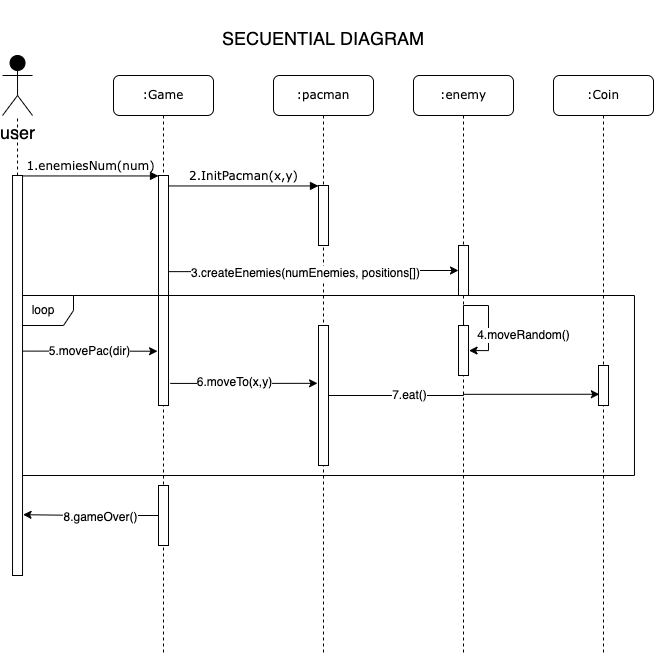
CodersSquad-Classes/final-challenge-pacteam keeps this draw.io diagram as diagrams/secuentialDia.png. Above is the earlier version. Source tidied: cells renumbered, new cells last; positions are measured from the earlier drawing's top-left corner, leaving out a move shared by most shapes.
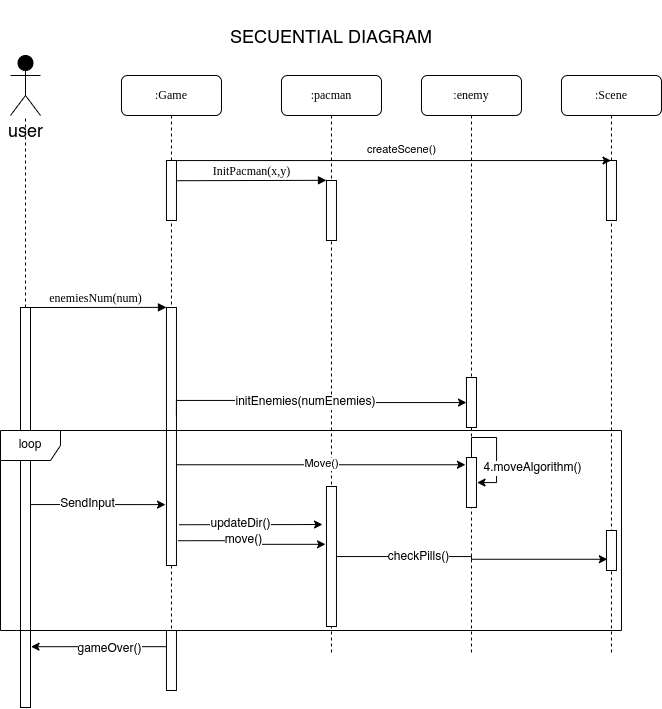
Above is the later version.

Commit message:
chore: update diagrams and data structures

The edit, as a diff of the source:
```diff
@@ -6,90 +6,128 @@
       <mxGeometry x="111" y="75" width="100" height="580" as="geometry" />
     </mxCell>
     <mxCell id="3" style="html=1;points=[];perimeter=orthogonalPerimeter;rounded=0;shadow=0;comic=0;labelBackgroundColor=none;strokeWidth=1;fontFamily=Verdana;fontSize=12;align=center;" parent="2" vertex="1">
-      <mxGeometry x="45" y="100" width="10" height="230" as="geometry" />
+      <mxGeometry x="45" y="232" width="10" height="258" as="geometry" />
     </mxCell>
     <mxCell id="4" style="html=1;points=[];perimeter=orthogonalPerimeter;rounded=0;shadow=0;comic=0;labelBackgroundColor=none;strokeWidth=1;fontFamily=Verdana;fontSize=12;align=center;" parent="2" vertex="1">
-      <mxGeometry x="45" y="410" width="10" height="60" as="geometry" />
+      <mxGeometry x="45" y="85" width="10" height="60" as="geometry" />
     </mxCell>
     <mxCell id="5" value=":pacman" style="shape=umlLifeline;perimeter=lifelinePerimeter;whiteSpace=wrap;html=1;rounded=1;shadow=0;comic=0;labelBackgroundColor=none;strokeWidth=1;fontFamily=Verdana;fontSize=12;align=center;" parent="1" vertex="1">
       <mxGeometry x="271" y="75" width="100" height="580" as="geometry" />
     </mxCell>
     <mxCell id="6" style="html=1;points=[];perimeter=orthogonalPerimeter;rounded=0;shadow=0;comic=0;labelBackgroundColor=none;strokeWidth=1;fontFamily=Verdana;fontSize=12;align=center;" parent="5" vertex="1">
-      <mxGeometry x="45" y="110" width="10" height="60" as="geometry" />
+      <mxGeometry x="45" y="105" width="10" height="60" as="geometry" />
     </mxCell>
     <mxCell id="7" style="html=1;points=[];perimeter=orthogonalPerimeter;rounded=0;shadow=0;comic=0;labelBackgroundColor=none;strokeWidth=1;fontFamily=Verdana;fontSize=12;align=center;" parent="5" vertex="1">
-      <mxGeometry x="45" y="250" width="10" height="140" as="geometry" />
+      <mxGeometry x="45" y="411" width="10" height="140" as="geometry" />
     </mxCell>
     <mxCell id="8" value=":enemy" style="shape=umlLifeline;perimeter=lifelinePerimeter;whiteSpace=wrap;html=1;rounded=1;shadow=0;comic=0;labelBackgroundColor=none;strokeWidth=1;fontFamily=Verdana;fontSize=12;align=center;" parent="1" vertex="1">
       <mxGeometry x="411" y="75" width="100" height="580" as="geometry" />
     </mxCell>
     <mxCell id="9" style="html=1;points=[];perimeter=orthogonalPerimeter;rounded=0;shadow=0;comic=0;labelBackgroundColor=none;strokeWidth=1;fontFamily=Verdana;fontSize=12;align=center;" parent="8" vertex="1">
-      <mxGeometry x="45" y="170" width="10" height="50" as="geometry" />
+      <mxGeometry x="45" y="302" width="10" height="50" as="geometry" />
     </mxCell>
     <mxCell id="10" style="html=1;points=[];perimeter=orthogonalPerimeter;rounded=0;shadow=0;comic=0;labelBackgroundColor=none;strokeWidth=1;fontFamily=Verdana;fontSize=12;align=center;" parent="8" vertex="1">
-      <mxGeometry x="45" y="250" width="10" height="50" as="geometry" />
+      <mxGeometry x="45" y="382" width="10" height="50" as="geometry" />
     </mxCell>
     <mxCell id="11" style="edgeStyle=orthogonalEdgeStyle;rounded=0;orthogonalLoop=1;jettySize=auto;html=1;entryX=1.055;entryY=0.502;entryDx=0;entryDy=0;entryPerimeter=0;fontSize=12;" parent="8" edge="1" source="10" target="10">
       <mxGeometry relative="1" as="geometry" />
     </mxCell>
-    <mxCell id="12" value="4.moveRandom()" style="edgeLabel;html=1;align=center;verticalAlign=middle;fontSize=12;" parent="11" vertex="1">
+    <mxCell id="12" value="4.moveAlgorithm()" style="edgeLabel;html=1;align=center;verticalAlign=middle;fontSize=12;" parent="11" vertex="1">
       <mxGeometry x="0.37" y="-1" relative="1" as="geometry">
         <mxPoint x="36" as="offset" />
       </mxGeometry>
     </mxCell>
-    <mxCell id="13" value=":Coin" style="shape=umlLifeline;perimeter=lifelinePerimeter;whiteSpace=wrap;html=1;outlineConnect=0;rounded=1;shadow=0;comic=0;labelBackgroundColor=none;strokeWidth=1;fontFamily=Verdana;fontSize=12;align=center;" parent="1" vertex="1">
+    <mxCell id="13" value=":Scene&lt;br&gt;" style="shape=umlLifeline;perimeter=lifelinePerimeter;whiteSpace=wrap;html=1;outlineConnect=0;rounded=1;shadow=0;comic=0;labelBackgroundColor=none;strokeWidth=1;fontFamily=Verdana;fontSize=12;align=center;" parent="1" vertex="1">
       <mxGeometry x="551" y="75" width="100" height="580" as="geometry" />
     </mxCell>
     <mxCell id="14" style="html=1;points=[];perimeter=orthogonalPerimeter;rounded=0;shadow=0;comic=0;labelBackgroundColor=none;strokeWidth=1;fontFamily=Verdana;fontSize=12;align=center;" parent="13" vertex="1">
-      <mxGeometry x="45" y="290" width="10" height="40" as="geometry" />
+      <mxGeometry x="45" y="455" width="10" height="40" as="geometry" />
     </mxCell>
-    <mxCell id="15" value="loop" style="shape=umlFrame;whiteSpace=wrap;html=1;fontSize=12;fillColor=#FFFFFF;" parent="13" vertex="1">
-      <mxGeometry x="-540" y="220" width="621" height="180" as="geometry" />
+    <mxCell id="15" style="html=1;perimeter=orthogonalPerimeter;rounded=0;shadow=0;comic=0;labelBackgroundColor=none;strokeWidth=1;fontFamily=Verdana;fontSize=12;align=center;" parent="13" vertex="1">
+      <mxGeometry x="45" y="85" width="10" height="60" as="geometry" />
     </mxCell>
-    <mxCell id="16" value="1.enemiesNum(num)" style="html=1;verticalAlign=bottom;endArrow=block;entryX=0;entryY=0;labelBackgroundColor=none;fontFamily=Verdana;fontSize=12;edgeStyle=elbowEdgeStyle;elbow=vertical;" parent="1" edge="1" source="20" target="3">
+    <mxCell id="16" value="enemiesNum(num)" style="html=1;verticalAlign=bottom;endArrow=block;entryX=0;entryY=0;labelBackgroundColor=none;fontFamily=Verdana;fontSize=12;edgeStyle=elbowEdgeStyle;elbow=vertical;" parent="1" edge="1" source="20" target="3">
       <mxGeometry relative="1" as="geometry" />
     </mxCell>
-    <mxCell id="17" value="2.InitPacman(x,y)" style="html=1;verticalAlign=bottom;endArrow=block;entryX=0;entryY=0;labelBackgroundColor=none;fontFamily=Verdana;fontSize=12;edgeStyle=elbowEdgeStyle;elbow=vertical;" parent="1" edge="1" source="3" target="6">
+    <mxCell id="17" value="InitPacman(x,y)" style="html=1;verticalAlign=bottom;endArrow=block;entryX=0;entryY=0;labelBackgroundColor=none;fontFamily=Verdana;fontSize=12;edgeStyle=elbowEdgeStyle;elbow=vertical;exitX=0.988;exitY=0.337;exitDx=0;exitDy=0;exitPerimeter=0;" parent="1" edge="1" source="4" target="6">
       <mxGeometry relative="1" as="geometry" />
     </mxCell>
     <mxCell id="18" value="user" style="shape=umlActor;verticalLabelPosition=bottom;verticalAlign=top;html=1;outlineConnect=0;fontSize=18;fillColor=#000000;" parent="1" vertex="1">
       <mxGeometry y="55" width="30" height="60" as="geometry" />
     </mxCell>
-    <mxCell id="19" value="5.movePac(dir)" style="edgeStyle=orthogonalEdgeStyle;rounded=0;jettySize=auto;html=1;entryX=-0.097;entryY=0.764;entryDx=0;entryDy=0;entryPerimeter=0;fontSize=12;exitX=0.974;exitY=0.439;exitDx=0;exitDy=0;exitPerimeter=0;" parent="1" edge="1" source="20" target="3">
-      <mxGeometry relative="1" as="geometry" />
+    <mxCell id="19" value="SendInput" style="edgeStyle=orthogonalEdgeStyle;rounded=0;jettySize=auto;html=1;entryX=-0.097;entryY=0.764;entryDx=0;entryDy=0;entryPerimeter=0;fontSize=12;exitX=0.974;exitY=0.439;exitDx=0;exitDy=0;exitPerimeter=0;" parent="1" edge="1" source="20" target="3">
+      <mxGeometry relative="1" as="geometry">
+        <Array as="points">
+          <mxPoint x="20" y="504" />
+        </Array>
+      </mxGeometry>
     </mxCell>
     <mxCell id="20" style="html=1;points=[];perimeter=orthogonalPerimeter;fontSize=18;fillColor=#FFFFFF;" parent="1" vertex="1">
-      <mxGeometry x="10" y="175" width="10" height="400" as="geometry" />
+      <mxGeometry x="10" y="307" width="10" height="400" as="geometry" />
     </mxCell>
     <mxCell id="21" style="endArrow=none;dashed=1;html=1;rounded=0;fontSize=18;" parent="1" edge="1" source="20" target="18">
       <mxGeometry relative="1" as="geometry" />
     </mxCell>
     <mxCell id="22" style="edgeStyle=orthogonalEdgeStyle;rounded=0;jettySize=auto;html=1;fontSize=18;exitX=0.992;exitY=0.418;exitDx=0;exitDy=0;exitPerimeter=0;" parent="1" edge="1" source="3" target="9">
-      <mxGeometry relative="1" as="geometry" />
+      <mxGeometry relative="1" as="geometry">
+        <Array as="points">
+          <mxPoint x="166" y="400" />
+          <mxPoint x="311" y="400" />
+          <mxPoint x="311" y="402" />
+        </Array>
+      </mxGeometry>
     </mxCell>
-    <mxCell id="23" value="3.createEnemies(numEnemies, positions[])" style="edgeLabel;html=1;align=center;verticalAlign=middle;fontSize=12;" parent="22" vertex="1">
+    <mxCell id="23" value="initEnemies(numEnemies)" style="edgeLabel;html=1;align=center;verticalAlign=middle;fontSize=12;" parent="22" vertex="1">
       <mxGeometry x="-0.06" y="-1" relative="1" as="geometry" />
     </mxCell>
     <mxCell id="24" style="edgeStyle=orthogonalEdgeStyle;rounded=0;jettySize=auto;html=1;entryX=0.085;entryY=0.719;entryDx=0;entryDy=0;entryPerimeter=0;fontSize=12;" parent="1" edge="1" source="7" target="14">
       <mxGeometry relative="1" as="geometry" />
     </mxCell>
-    <mxCell id="25" value="7.eat()" style="edgeLabel;html=1;align=center;verticalAlign=middle;fontSize=12;" parent="24" vertex="1">
+    <mxCell id="25" value="checkPills()" style="edgeLabel;html=1;align=center;verticalAlign=middle;fontSize=12;" parent="24" vertex="1">
       <mxGeometry x="-0.4" relative="1" as="geometry" />
     </mxCell>
     <mxCell id="26" style="edgeStyle=orthogonalEdgeStyle;rounded=0;jettySize=auto;html=1;entryX=-0.097;entryY=0.413;entryDx=0;entryDy=0;entryPerimeter=0;fontSize=12;exitX=1.176;exitY=0.904;exitDx=0;exitDy=0;exitPerimeter=0;" parent="1" edge="1" source="3" target="7">
       <mxGeometry relative="1" as="geometry" />
     </mxCell>
-    <mxCell id="27" value="6.moveTo(x,y)" style="edgeLabel;html=1;align=center;verticalAlign=middle;fontSize=12;" parent="26" vertex="1">
+    <mxCell id="27" value="move()" style="edgeLabel;html=1;align=center;verticalAlign=middle;fontSize=12;" parent="26" vertex="1">
       <mxGeometry x="-0.14" y="1" relative="1" as="geometry" />
     </mxCell>
-    <mxCell id="28" style="edgeStyle=orthogonalEdgeStyle;rounded=0;jettySize=auto;html=1;entryX=1.051;entryY=0.848;entryDx=0;entryDy=0;entryPerimeter=0;fontSize=12;" parent="1" edge="1" source="4" target="20">
-      <mxGeometry relative="1" as="geometry" />
+    <mxCell id="28" style="edgeStyle=orthogonalEdgeStyle;rounded=0;jettySize=auto;html=1;entryX=1.051;entryY=0.848;entryDx=0;entryDy=0;entryPerimeter=0;fontSize=12;" parent="1" edge="1" source="36" target="20">
+      <mxGeometry relative="1" as="geometry">
+        <Array as="points">
+          <mxPoint x="88" y="646" />
+        </Array>
+      </mxGeometry>
     </mxCell>
-    <mxCell id="29" value="8.gameOver()" style="edgeLabel;html=1;align=center;verticalAlign=middle;fontSize=12;" parent="28" vertex="1">
+    <mxCell id="29" value="gameOver()" style="edgeLabel;html=1;align=center;verticalAlign=middle;fontSize=12;" parent="28" vertex="1">
       <mxGeometry x="-0.14" y="2" relative="1" as="geometry" />
     </mxCell>
     <mxCell id="30" value="&lt;font style=&quot;font-size: 18px;&quot;&gt;SECUENTIAL DIAGRAM&lt;/font&gt;" style="text;html=1;strokeColor=none;fillColor=none;align=center;verticalAlign=middle;whiteSpace=wrap;rounded=0;fontSize=14;" parent="1" vertex="1">
       <mxGeometry x="181" width="280" height="75" as="geometry" />
     </mxCell>
+    <mxCell id="31" value="createScene()" style="endArrow=classic;html=1;rounded=0;exitX=0.99;exitY=0.001;exitDx=0;exitDy=0;exitPerimeter=0;" parent="1" edge="1" source="4" target="13">
+      <mxGeometry x="0.03" y="10" relative="1" as="geometry" />
+    </mxCell>
+    <mxCell id="32" value="loop" style="shape=umlFrame;whiteSpace=wrap;html=1;fontSize=12;fillColor=#FFFFFF;" parent="1" vertex="1">
+      <mxGeometry x="-10" y="430" width="621" height="200" as="geometry" />
+    </mxCell>
+    <mxCell id="33" value="Move()" style="endArrow=classic;html=1;rounded=0;entryX=-0.105;entryY=0.145;entryDx=0;entryDy=0;entryPerimeter=0;" parent="1" edge="1" source="3" target="10">
+      <mxGeometry relative="1" as="geometry" />
+    </mxCell>
+    <mxCell id="34" style="edgeStyle=orthogonalEdgeStyle;rounded=0;orthogonalLoop=1;jettySize=auto;html=1;fontSize=12;exitX=1.176;exitY=0.904;exitDx=0;exitDy=0;exitPerimeter=0;" parent="1" edge="1">
+      <mxGeometry relative="1" as="geometry">
+        <mxPoint x="168.7" y="524.2" as="sourcePoint" />
+        <mxPoint x="312" y="524" as="targetPoint" />
+        <Array as="points">
+          <mxPoint x="242" y="524" />
+        </Array>
+      </mxGeometry>
+    </mxCell>
+    <mxCell id="35" value="updateDir()" style="edgeLabel;html=1;align=center;verticalAlign=middle;fontSize=12;" parent="34" vertex="1">
+      <mxGeometry x="-0.14" y="1" relative="1" as="geometry" />
+    </mxCell>
+    <mxCell id="36" style="html=1;points=[];perimeter=orthogonalPerimeter;rounded=0;shadow=0;comic=0;labelBackgroundColor=none;strokeWidth=1;fontFamily=Verdana;fontSize=12;align=center;" parent="1" vertex="1">
+      <mxGeometry x="156" y="630" width="10" height="60" as="geometry" />
+    </mxCell>
   </root>
 </mxGraphModel>
```
